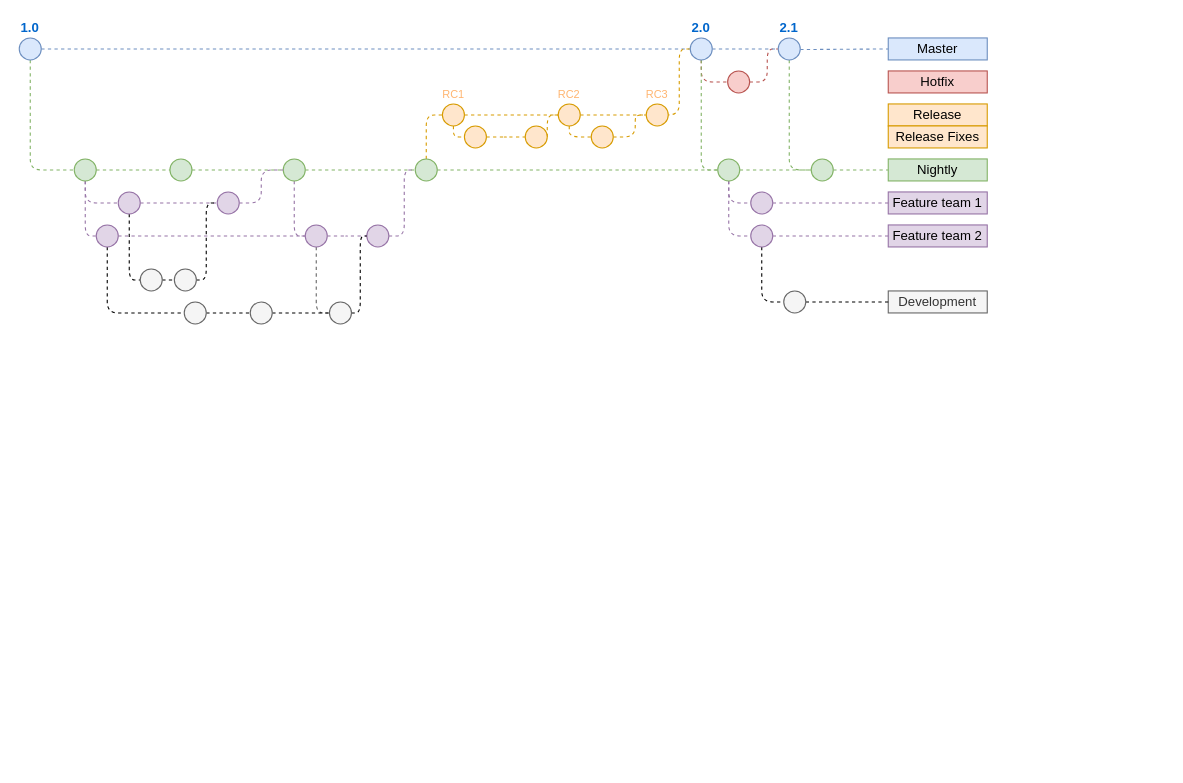
Before: Untitled Diagram.drawio in NeroCube/diagrams, a draw.io diagram. Source tidied: cells renumbered, new cells numbered last; positions are measured from the earlier drawing's top-left corner, leaving out a move shared by most shapes. Both pictures are drawn from the tidied source at 110%, with x=0, y=0 at pixel (19, 37).
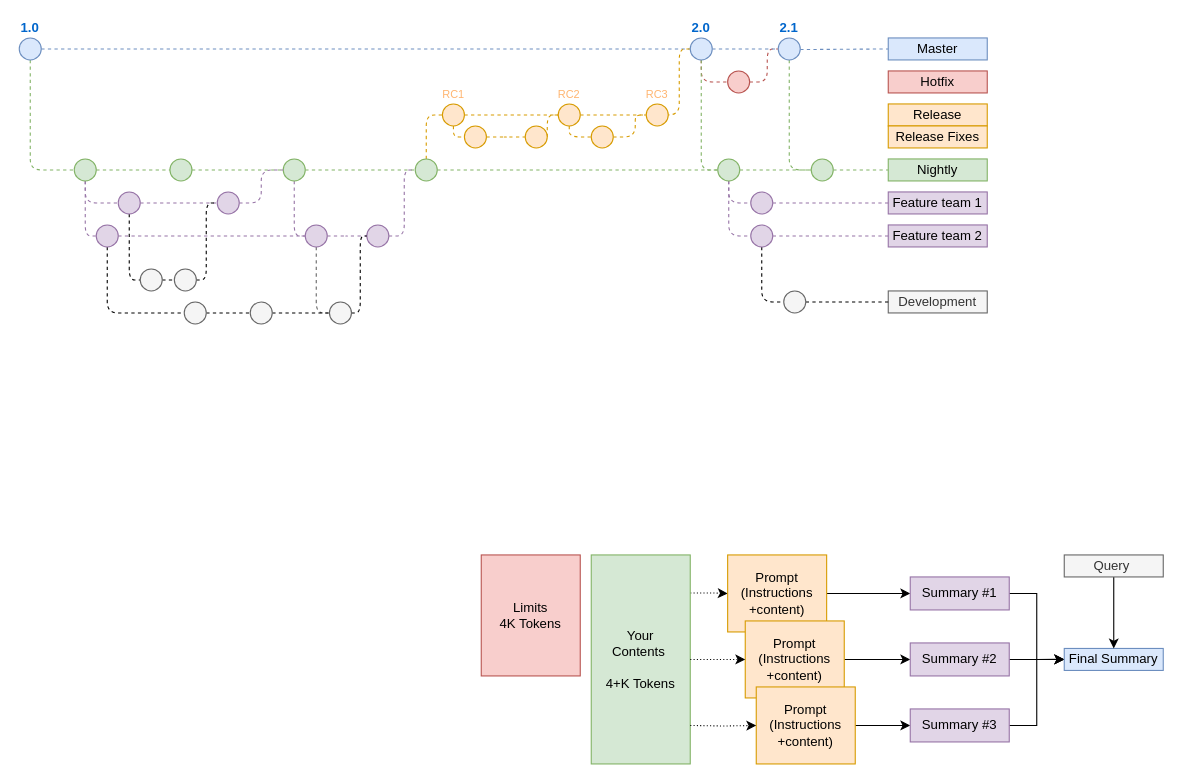
The same diagram, later.

The edit, as a diff of the source:
```diff
@@
+    <mxCell id="83" value="Limits&lt;br&gt;4K Tokens" style="text;html=1;strokeColor=#b85450;fillColor=#f8cecc;align=center;verticalAlign=middle;whiteSpace=wrap;rounded=0;" parent="1" vertex="1">
+      <mxGeometry x="420" y="470" width="90" height="110" as="geometry" />
+    </mxCell>
+    <mxCell id="84" style="edgeStyle=orthogonalEdgeStyle;rounded=0;jettySize=auto;html=1;exitX=1;exitY=0.182;exitDx=0;exitDy=0;exitPerimeter=0;dashed=1;dashPattern=1 2;" parent="1" edge="1" source="85" target="87">
+      <mxGeometry relative="1" as="geometry" />
+    </mxCell>
+    <mxCell id="85" value="Your&lt;br&gt;Contents&amp;nbsp;&lt;br&gt;&lt;br&gt;4+K Tokens" style="text;html=1;strokeColor=#82b366;fillColor=#d5e8d4;align=center;verticalAlign=middle;whiteSpace=wrap;rounded=0;" parent="1" vertex="1">
+      <mxGeometry x="520" y="470" width="90" height="190" as="geometry" />
+    </mxCell>
+    <mxCell id="86" style="edgeStyle=orthogonalEdgeStyle;rounded=0;jettySize=auto;html=1;exitX=1;exitY=0.5;exitDx=0;exitDy=0;" parent="1" edge="1" source="87" target="93">
+      <mxGeometry relative="1" as="geometry" />
+    </mxCell>
+    <mxCell id="87" value="Prompt&lt;br&gt;(Instructions +content)" style="text;html=1;strokeColor=#d79b00;fillColor=#ffe6cc;align=center;verticalAlign=middle;whiteSpace=wrap;rounded=0;fontSize=12;" parent="1" vertex="1">
+      <mxGeometry x="644" y="470" width="90" height="70" as="geometry" />
+    </mxCell>
+    <mxCell id="88" style="edgeStyle=orthogonalEdgeStyle;rounded=0;jettySize=auto;html=1;exitX=1;exitY=0.5;exitDx=0;exitDy=0;entryX=0;entryY=0.5;entryDx=0;entryDy=0;" parent="1" edge="1" source="89" target="95">
+      <mxGeometry relative="1" as="geometry" />
+    </mxCell>
+    <mxCell id="89" value="Prompt&lt;br&gt;(Instructions +content)" style="text;html=1;strokeColor=#d79b00;fillColor=#ffe6cc;align=center;verticalAlign=middle;whiteSpace=wrap;rounded=0;fontSize=12;" parent="1" vertex="1">
+      <mxGeometry x="660" y="530" width="90" height="70" as="geometry" />
+    </mxCell>
+    <mxCell id="90" style="edgeStyle=orthogonalEdgeStyle;rounded=0;jettySize=auto;html=1;exitX=1;exitY=0.5;exitDx=0;exitDy=0;entryX=0;entryY=0.5;entryDx=0;entryDy=0;" parent="1" edge="1" source="91" target="97">
+      <mxGeometry relative="1" as="geometry" />
+    </mxCell>
+    <mxCell id="91" value="Prompt&lt;br&gt;(Instructions +content)" style="text;html=1;strokeColor=#d79b00;fillColor=#ffe6cc;align=center;verticalAlign=middle;whiteSpace=wrap;rounded=0;fontSize=12;" parent="1" vertex="1">
+      <mxGeometry x="670" y="590" width="90" height="70" as="geometry" />
+    </mxCell>
+    <mxCell id="92" style="edgeStyle=orthogonalEdgeStyle;rounded=0;jettySize=auto;html=1;exitX=1;exitY=0.5;exitDx=0;exitDy=0;entryX=0;entryY=0.5;entryDx=0;entryDy=0;" parent="1" edge="1" source="93" target="98">
+      <mxGeometry relative="1" as="geometry" />
+    </mxCell>
+    <mxCell id="93" value="Summary #1" style="text;html=1;strokeColor=#9673a6;fillColor=#e1d5e7;align=center;verticalAlign=middle;whiteSpace=wrap;rounded=0;" parent="1" vertex="1">
+      <mxGeometry x="810" y="490" width="90" height="30" as="geometry" />
+    </mxCell>
+    <mxCell id="94" style="edgeStyle=orthogonalEdgeStyle;rounded=0;jettySize=auto;html=1;exitX=1;exitY=0.5;exitDx=0;exitDy=0;" parent="1" edge="1" source="95">
+      <mxGeometry relative="1" as="geometry">
+        <mxPoint x="950" y="564.9" as="targetPoint" />
+      </mxGeometry>
+    </mxCell>
+    <mxCell id="95" value="Summary #2" style="text;html=1;strokeColor=#9673a6;fillColor=#e1d5e7;align=center;verticalAlign=middle;whiteSpace=wrap;rounded=0;" parent="1" vertex="1">
+      <mxGeometry x="810" y="550" width="90" height="30" as="geometry" />
+    </mxCell>
+    <mxCell id="96" style="edgeStyle=orthogonalEdgeStyle;rounded=0;jettySize=auto;html=1;exitX=1;exitY=0.5;exitDx=0;exitDy=0;entryX=0;entryY=0.5;entryDx=0;entryDy=0;" parent="1" edge="1" source="97" target="98">
+      <mxGeometry relative="1" as="geometry" />
+    </mxCell>
+    <mxCell id="97" value="Summary #3" style="text;html=1;strokeColor=#9673a6;fillColor=#e1d5e7;align=center;verticalAlign=middle;whiteSpace=wrap;rounded=0;" parent="1" vertex="1">
+      <mxGeometry x="810" y="610" width="90" height="30" as="geometry" />
+    </mxCell>
+    <mxCell id="98" value="Final Summary" style="text;html=1;strokeColor=#6c8ebf;fillColor=#dae8fc;align=center;verticalAlign=middle;whiteSpace=wrap;rounded=0;" parent="1" vertex="1">
+      <mxGeometry x="950" y="555" width="90" height="20" as="geometry" />
+    </mxCell>
+    <mxCell id="99" style="edgeStyle=orthogonalEdgeStyle;rounded=0;jettySize=auto;html=1;entryX=0.5;entryY=0;entryDx=0;entryDy=0;" parent="1" edge="1" source="100" target="98">
+      <mxGeometry relative="1" as="geometry" />
+    </mxCell>
+    <mxCell id="100" value="Query&amp;nbsp;" style="text;html=1;strokeColor=#666666;fillColor=#f5f5f5;align=center;verticalAlign=middle;whiteSpace=wrap;rounded=0;fontColor=#333333;" parent="1" vertex="1">
+      <mxGeometry x="950" y="470" width="90" height="20" as="geometry" />
+    </mxCell>
+    <mxCell id="101" style="edgeStyle=orthogonalEdgeStyle;rounded=0;jettySize=auto;html=1;exitX=1;exitY=0.5;exitDx=0;exitDy=0;entryX=0;entryY=0.5;entryDx=0;entryDy=0;dashed=1;dashPattern=1 2;" parent="1" edge="1" source="85" target="89">
+      <mxGeometry relative="1" as="geometry" />
+    </mxCell>
+    <mxCell id="102" style="edgeStyle=orthogonalEdgeStyle;rounded=0;jettySize=auto;html=1;entryX=0;entryY=0.5;entryDx=0;entryDy=0;dashed=1;dashPattern=1 2;" parent="1" edge="1" target="91">
+      <mxGeometry relative="1" as="geometry">
+        <mxPoint x="610" y="625" as="sourcePoint" />
+      </mxGeometry>
+    </mxCell>
```
